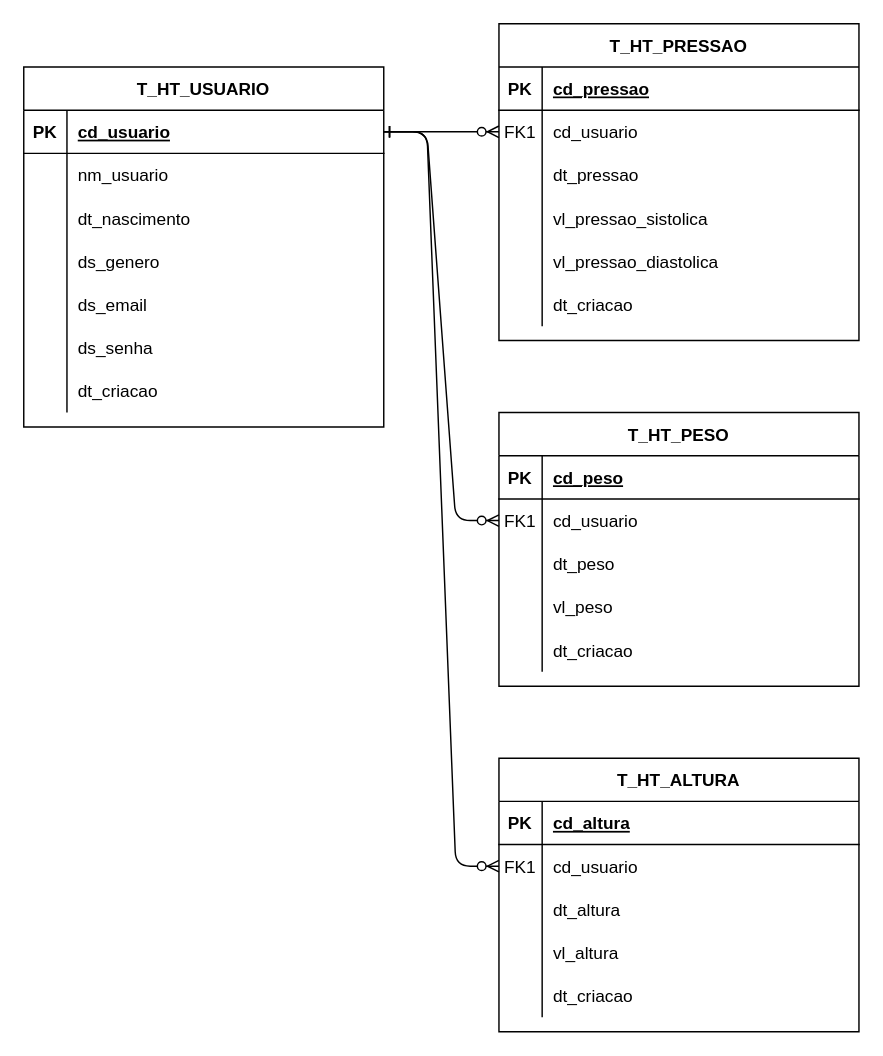
Earlier version of the draw.io diagram models/models.drawio (dmenezesgabriel/healthtrack). Source tidied: cells renumbered, new cells numbered last; positions are measured from the earlier drawing's top-left corner, leaving out a move shared by most shapes. Both pictures are drawn from the tidied source at 144%, with x=0, y=0 at pixel (23, 23).
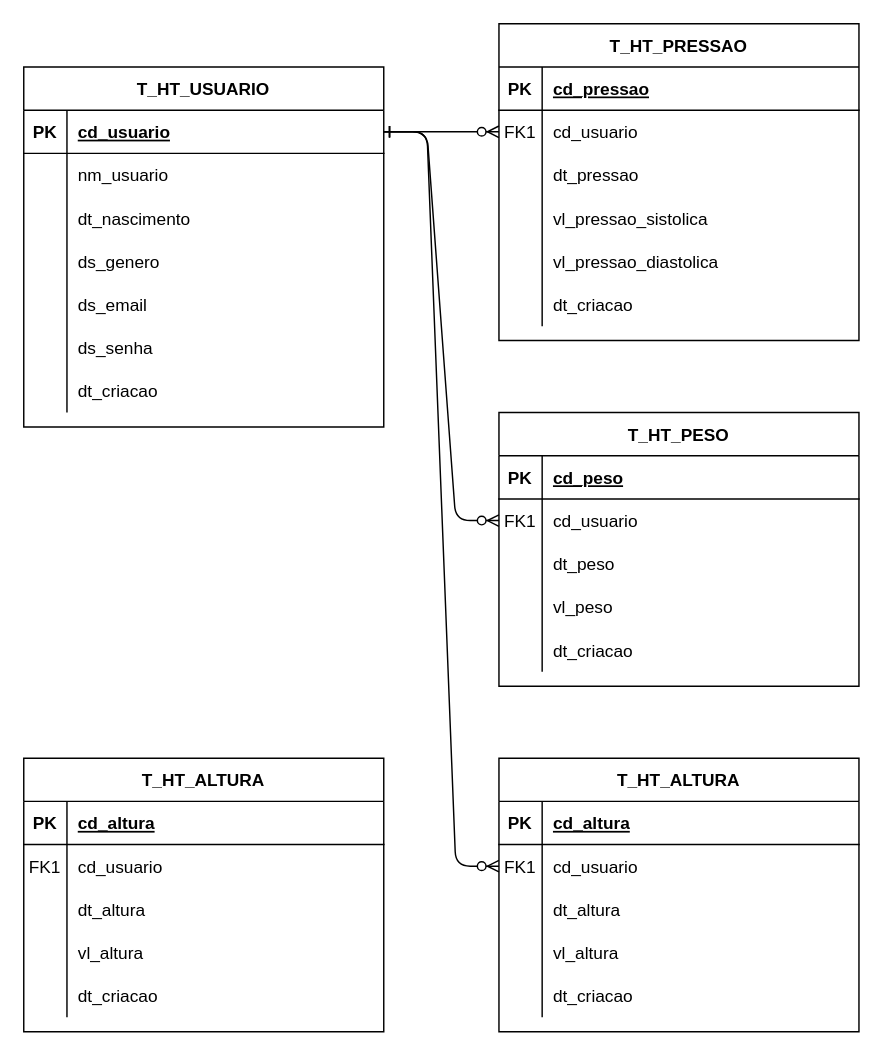
The same diagram, later.

Commit message (it also covers changes not shown here):
Change numeric tipes

The edit, as a diff of the source:
```diff
@@
+    <mxCell id="78" value="T_HT_ALTURA" style="shape=table;startSize=30;childLayout=tableLayout;rowLines=0;fontStyle=1;align=center;" parent="1" vertex="1">
+      <mxGeometry y="510" width="250" height="190" as="geometry" />
+    </mxCell>
+    <mxCell id="79" style="shape=partialRectangle;fillColor=none;top=0;left=0;right=0;bottom=1;" parent="78" vertex="1">
+      <mxGeometry y="30" width="250" height="30" as="geometry" />
+    </mxCell>
+    <mxCell id="80" value="PK" style="shape=partialRectangle;overflow=hidden;fillColor=none;top=0;left=0;bottom=0;right=0;fontStyle=1;" parent="79" vertex="1">
+      <mxGeometry width="30" height="30" as="geometry" />
+    </mxCell>
+    <mxCell id="81" value="cd_altura" style="shape=partialRectangle;overflow=hidden;fillColor=none;top=0;left=0;bottom=0;right=0;align=left;spacingLeft=6;fontStyle=5;" parent="79" vertex="1">
+      <mxGeometry x="30" width="220" height="30" as="geometry" />
+    </mxCell>
+    <mxCell id="82" style="shape=partialRectangle;fillColor=none;top=0;left=0;right=0;bottom=0;" parent="78" vertex="1">
+      <mxGeometry y="60" width="250" height="30" as="geometry" />
+    </mxCell>
+    <mxCell id="83" value="FK1" style="shape=partialRectangle;overflow=hidden;fillColor=none;top=0;left=0;bottom=0;right=0;" parent="82" vertex="1">
+      <mxGeometry width="30" height="30" as="geometry" />
+    </mxCell>
+    <mxCell id="84" value="cd_usuario" style="shape=partialRectangle;overflow=hidden;fillColor=none;top=0;left=0;bottom=0;right=0;align=left;spacingLeft=6;" parent="82" vertex="1">
+      <mxGeometry x="30" width="220" height="30" as="geometry" />
+    </mxCell>
+    <mxCell id="85" style="shape=partialRectangle;fillColor=none;top=0;left=0;right=0;bottom=0;" parent="78" vertex="1">
+      <mxGeometry y="90" width="250" height="30" as="geometry" />
+    </mxCell>
+    <mxCell id="86" style="shape=partialRectangle;overflow=hidden;fillColor=none;top=0;left=0;bottom=0;right=0;" parent="85" vertex="1">
+      <mxGeometry width="30" height="30" as="geometry" />
+    </mxCell>
+    <mxCell id="87" value="dt_altura" style="shape=partialRectangle;overflow=hidden;fillColor=none;top=0;left=0;bottom=0;right=0;align=left;spacingLeft=6;" parent="85" vertex="1">
+      <mxGeometry x="30" width="220" height="30" as="geometry" />
+    </mxCell>
+    <mxCell id="88" style="shape=partialRectangle;fillColor=none;top=0;left=0;right=0;bottom=0;" parent="78" vertex="1">
+      <mxGeometry y="120" width="250" height="30" as="geometry" />
+    </mxCell>
+    <mxCell id="89" style="shape=partialRectangle;overflow=hidden;fillColor=none;top=0;left=0;bottom=0;right=0;" parent="88" vertex="1">
+      <mxGeometry width="30" height="30" as="geometry" />
+    </mxCell>
+    <mxCell id="90" value="vl_altura" style="shape=partialRectangle;overflow=hidden;fillColor=none;top=0;left=0;bottom=0;right=0;align=left;spacingLeft=6;" parent="88" vertex="1">
+      <mxGeometry x="30" width="220" height="30" as="geometry" />
+    </mxCell>
+    <mxCell id="91" style="shape=partialRectangle;fillColor=none;top=0;left=0;right=0;bottom=0;" parent="78" vertex="1">
+      <mxGeometry y="150" width="250" height="30" as="geometry" />
+    </mxCell>
+    <mxCell id="92" style="shape=partialRectangle;overflow=hidden;fillColor=none;top=0;left=0;bottom=0;right=0;" parent="91" vertex="1">
+      <mxGeometry width="30" height="30" as="geometry" />
+    </mxCell>
+    <mxCell id="93" value="dt_criacao" style="shape=partialRectangle;overflow=hidden;fillColor=none;top=0;left=0;bottom=0;right=0;align=left;spacingLeft=6;" parent="91" vertex="1">
+      <mxGeometry x="30" width="220" height="30" as="geometry" />
+    </mxCell>
```
